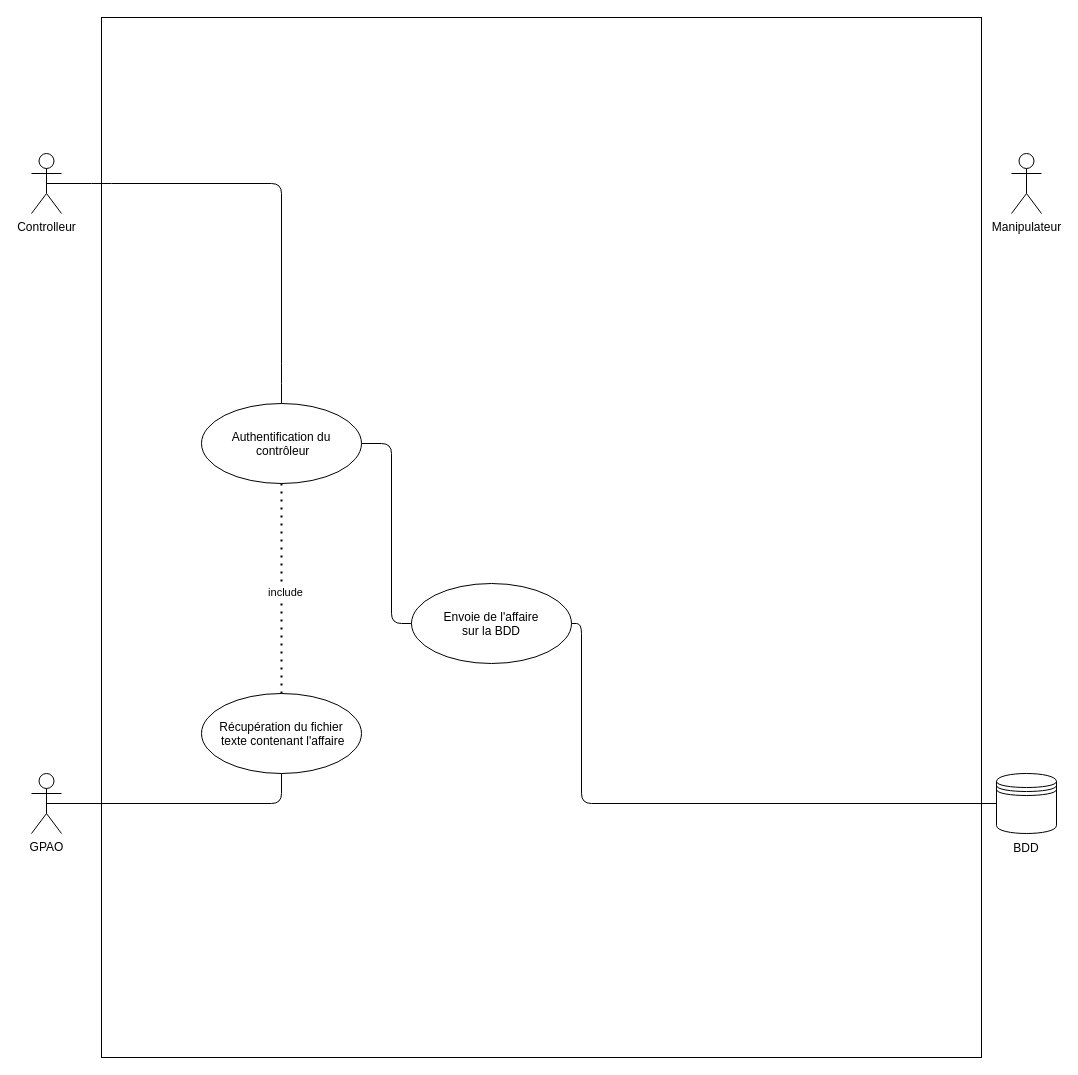
Before: Analyse/Hugo/diagrammeDUtilisationHugo.drawio in MRCThomas/testDeVerinSurBancHydraulique, a draw.io diagram. Source tidied: cells renumbered, new cells numbered last; positions are measured from the earlier drawing's top-left corner, leaving out a move shared by most shapes. Both pictures are drawn from the tidied source at 100%, with x=0, y=0 at pixel (31, 17).
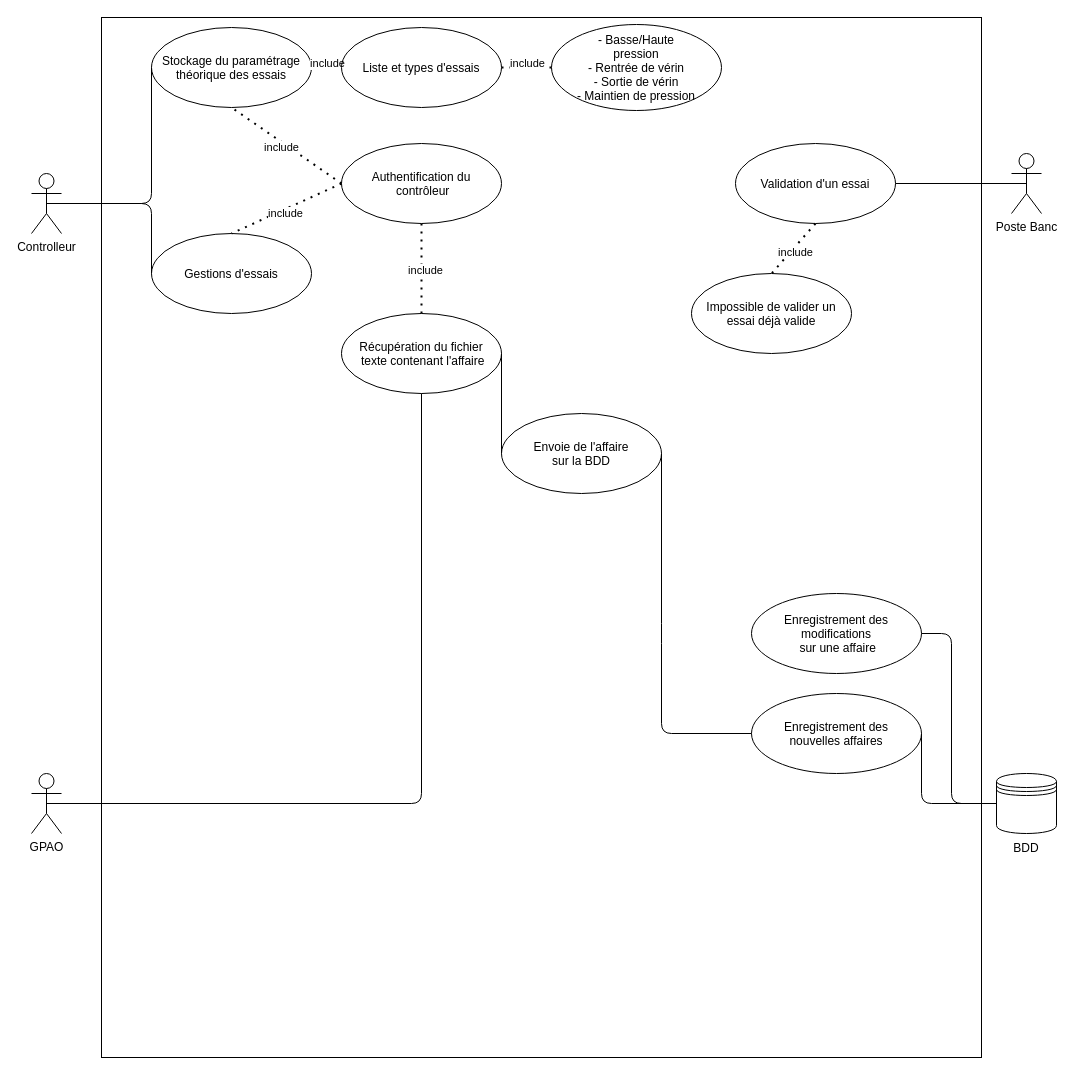
After the change.

Commit message:
UseCase Hugo

Ajout de cas d'utilisations

The change refers to these unchanged cells:
```xml
<mxCell id="4" value="GPAO" style="shape=umlActor;html=1;verticalLabelPosition=bottom;verticalAlign=top;align=center;" parent="1" vertex="1">
  <mxGeometry y="756" width="30" height="60" as="geometry" />
</mxCell>
<mxCell id="6" style="shape=datastore;whiteSpace=wrap;html=1;" parent="1" vertex="1">
  <mxGeometry x="965" y="756" width="60" height="60" as="geometry" />
</mxCell>
```

Change to the diagram source:
```diff
@@
-    <mxCell id="3" value="Manipulateur" style="shape=umlActor;html=1;verticalLabelPosition=bottom;verticalAlign=top;align=center;" parent="1" vertex="1">
+    <mxCell id="3" value="Poste Banc" style="shape=umlActor;html=1;verticalLabelPosition=bottom;verticalAlign=top;align=center;" parent="1" vertex="1">
       <mxGeometry x="980" y="136" width="30" height="60" as="geometry" />
     </mxCell>
@@
     <mxCell id="5" value="Controlleur" style="shape=umlActor;html=1;verticalLabelPosition=bottom;verticalAlign=top;align=center;" parent="1" vertex="1">
-      <mxGeometry y="136" width="30" height="60" as="geometry" />
+      <mxGeometry y="156" width="30" height="60" as="geometry" />
     </mxCell>
@@
     <mxCell id="8" style="endArrow=none;html=1;exitX=0.5;exitY=0.5;exitDx=0;exitDy=0;exitPerimeter=0;entryX=0.5;entryY=1;entryDx=0;entryDy=0;" parent="1" edge="1" source="4" target="9">
       <mxGeometry relative="1" as="geometry">
         <Array as="points">
-          <mxPoint x="250" y="786" />
+          <mxPoint x="390" y="786" />
         </Array>
       </mxGeometry>
     </mxCell>
     <mxCell id="9" value="Récupération du fichier&#10; texte contenant l'affaire" style="ellipse;fillColor=none;" parent="1" vertex="1">
-      <mxGeometry x="170" y="676" width="160" height="80" as="geometry" />
+      <mxGeometry x="310" y="296" width="160" height="80" as="geometry" />
     </mxCell>
-    <mxCell id="10" style="endArrow=none;html=1;exitX=1;exitY=0.5;exitDx=0;exitDy=0;entryX=0;entryY=0.5;entryDx=0;entryDy=0;" parent="1" edge="1" source="13" target="6">
+    <mxCell id="10" style="endArrow=none;html=1;exitX=1;exitY=0.5;exitDx=0;exitDy=0;entryX=0;entryY=0.5;entryDx=0;entryDy=0;" parent="1" edge="1" source="13" target="18">
       <mxGeometry relative="1" as="geometry">
         <Array as="points">
-          <mxPoint x="550" y="606" />
-          <mxPoint x="550" y="786" />
+          <mxPoint x="630" y="616" />
+          <mxPoint x="630" y="716" />
         </Array>
       </mxGeometry>
     </mxCell>
-    <mxCell id="11" style="endArrow=none;html=1;exitX=0.5;exitY=0.5;exitDx=0;exitDy=0;exitPerimeter=0;entryX=0.5;entryY=0;entryDx=0;entryDy=0;" parent="1" edge="1" source="5" target="14">
-      <mxGeometry relative="1" as="geometry">
-        <Array as="points">
-          <mxPoint x="70" y="166" />
-          <mxPoint x="250" y="166" />
-          <mxPoint x="250" y="356" />
-        </Array>
-      </mxGeometry>
-    </mxCell>
@@
     <mxCell id="13" value="Envoie de l'affaire&#10;sur la BDD" style="ellipse;fillColor=none;" parent="1" vertex="1">
-      <mxGeometry x="380" y="566" width="160" height="80" as="geometry" />
+      <mxGeometry x="470" y="396" width="160" height="80" as="geometry" />
     </mxCell>
     <mxCell id="14" value="Authentification du&#10; contrôleur" style="ellipse;fillColor=none;" parent="1" vertex="1">
-      <mxGeometry x="170" y="386" width="160" height="80" as="geometry" />
+      <mxGeometry x="310" y="126" width="160" height="80" as="geometry" />
     </mxCell>
-    <mxCell id="15" style="endArrow=none;html=1;exitX=1;exitY=0.5;exitDx=0;exitDy=0;entryX=0;entryY=0.5;entryDx=0;entryDy=0;" parent="1" edge="1" source="14" target="13">
-      <mxGeometry relative="1" as="geometry">
-        <Array as="points">
-          <mxPoint x="360" y="426" />
-          <mxPoint x="360" y="606" />
-        </Array>
-      </mxGeometry>
+    <mxCell id="15" style="endArrow=none;html=1;exitX=1;exitY=0.5;exitDx=0;exitDy=0;entryX=0;entryY=0.5;entryDx=0;entryDy=0;" parent="1" edge="1" source="9" target="13">
+      <mxGeometry relative="1" as="geometry" />
     </mxCell>
+    <mxCell id="16" value="Enregistrement des &#10;modifications&#10; sur une affaire" style="ellipse;fillColor=none;" parent="1" vertex="1">
+      <mxGeometry x="720" y="576" width="170" height="80" as="geometry" />
+    </mxCell>
+    <mxCell id="17" style="endArrow=none;html=1;exitX=0;exitY=0.5;exitDx=0;exitDy=0;entryX=1;entryY=0.5;entryDx=0;entryDy=0;" parent="1" edge="1" source="6" target="16">
+      <mxGeometry relative="1" as="geometry">
+        <Array as="points">
+          <mxPoint x="920" y="786" />
+          <mxPoint x="920" y="616" />
+        </Array>
+      </mxGeometry>
+    </mxCell>
+    <mxCell id="18" value="Enregistrement des &#10;nouvelles affaires" style="ellipse;fillColor=none;" parent="1" vertex="1">
+      <mxGeometry x="720" y="676" width="170" height="80" as="geometry" />
+    </mxCell>
+    <mxCell id="19" style="endArrow=none;html=1;entryX=1;entryY=0.5;entryDx=0;entryDy=0;exitX=0;exitY=0.5;exitDx=0;exitDy=0;" parent="1" edge="1" source="6" target="18">
+      <mxGeometry relative="1" as="geometry">
+        <Array as="points">
+          <mxPoint x="890" y="786" />
+        </Array>
+      </mxGeometry>
+    </mxCell>
+    <mxCell id="20" value="Stockage du paramétrage&#10;théorique des essais" style="ellipse;fillColor=none;" parent="1" vertex="1">
+      <mxGeometry x="120" y="10" width="160" height="80" as="geometry" />
+    </mxCell>
+    <mxCell id="21" value="include" style="endArrow=none;dashed=1;html=1;dashPattern=1 3;strokeWidth=2;exitX=1;exitY=0.5;exitDx=0;exitDy=0;entryX=0;entryY=0.5;entryDx=0;entryDy=0;" parent="1" edge="1" source="20" target="22">
+      <mxGeometry x="0.04" y="4" relative="1" as="geometry" />
+    </mxCell>
+    <mxCell id="22" value="Liste et types d'essais" style="ellipse;fillColor=none;" parent="1" vertex="1">
+      <mxGeometry x="310" y="10" width="160" height="80" as="geometry" />
+    </mxCell>
+    <mxCell id="23" style="endArrow=none;html=1;exitX=0.5;exitY=0.5;exitDx=0;exitDy=0;exitPerimeter=0;entryX=0;entryY=0.5;entryDx=0;entryDy=0;" parent="1" edge="1" source="5" target="20">
+      <mxGeometry relative="1" as="geometry">
+        <Array as="points">
+          <mxPoint x="120" y="186" />
+        </Array>
+      </mxGeometry>
+    </mxCell>
+    <mxCell id="24" value="include" style="endArrow=none;dashed=1;html=1;dashPattern=1 3;strokeWidth=2;exitX=1;exitY=0.5;exitDx=0;exitDy=0;entryX=0;entryY=0.5;entryDx=0;entryDy=0;" parent="1" edge="1" source="22" target="25">
+      <mxGeometry x="0.04" y="4" relative="1" as="geometry" />
+    </mxCell>
+    <mxCell id="25" value="- Basse/Haute &#10;pression&#10;- Rentrée de vérin&#10;- Sortie de vérin&#10;- Maintien de pression" style="ellipse;fillColor=none;" parent="1" vertex="1">
+      <mxGeometry x="520" y="7" width="170" height="86" as="geometry" />
+    </mxCell>
+    <mxCell id="26" value="include" style="endArrow=none;dashed=1;html=1;dashPattern=1 3;strokeWidth=2;entryX=0.5;entryY=1;entryDx=0;entryDy=0;exitX=0;exitY=0.5;exitDx=0;exitDy=0;" parent="1" edge="1" source="14" target="20">
+      <mxGeometry x="0.04" y="4" relative="1" as="geometry" />
+    </mxCell>
+    <mxCell id="27" value="Gestions d'essais" style="ellipse;fillColor=none;" parent="1" vertex="1">
+      <mxGeometry x="120" y="216" width="160" height="80" as="geometry" />
+    </mxCell>
+    <mxCell id="28" style="endArrow=none;html=1;exitX=0.5;exitY=0.5;exitDx=0;exitDy=0;exitPerimeter=0;entryX=0;entryY=0.5;entryDx=0;entryDy=0;" parent="1" edge="1" source="5" target="27">
+      <mxGeometry relative="1" as="geometry">
+        <Array as="points">
+          <mxPoint x="120" y="186" />
+        </Array>
+      </mxGeometry>
+    </mxCell>
+    <mxCell id="29" value="include" style="endArrow=none;dashed=1;html=1;dashPattern=1 3;strokeWidth=2;entryX=0.5;entryY=0;entryDx=0;entryDy=0;exitX=0;exitY=0.5;exitDx=0;exitDy=0;" parent="1" edge="1" source="14" target="27">
+      <mxGeometry x="0.04" y="4" relative="1" as="geometry" />
+    </mxCell>
+    <mxCell id="30" value="Validation d'un essai" style="ellipse;fillColor=none;" parent="1" vertex="1">
+      <mxGeometry x="704" y="126" width="160" height="80" as="geometry" />
+    </mxCell>
+    <mxCell id="31" style="endArrow=none;html=1;entryX=0.5;entryY=0.5;entryDx=0;entryDy=0;entryPerimeter=0;exitX=1;exitY=0.5;exitDx=0;exitDy=0;" parent="1" edge="1" source="30" target="3">
+      <mxGeometry relative="1" as="geometry" />
+    </mxCell>
+    <mxCell id="32" value="Impossible de valider un &#10;essai déjà valide" style="ellipse;fillColor=none;" parent="1" vertex="1">
+      <mxGeometry x="660" y="256" width="160" height="80" as="geometry" />
+    </mxCell>
+    <mxCell id="33" value="include" style="endArrow=none;dashed=1;html=1;dashPattern=1 3;strokeWidth=2;entryX=0.5;entryY=0;entryDx=0;entryDy=0;exitX=0.5;exitY=1;exitDx=0;exitDy=0;" parent="1" edge="1" source="30" target="32">
+      <mxGeometry x="0.04" y="4" relative="1" as="geometry" />
+    </mxCell>
```
